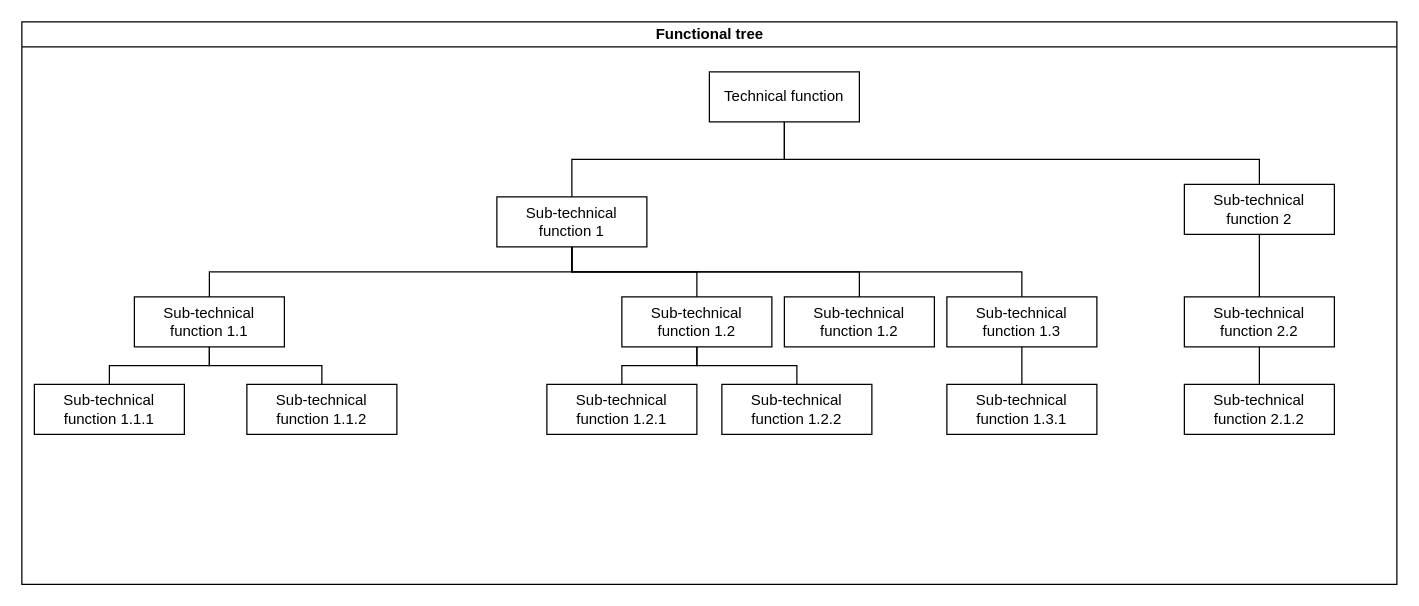
This is Functional tree for template.drawio from amerezoji1362/drawio-github, a draw.io file, before an edit. Source tidied: cells renumbered, new cells numbered last; positions are measured from the earlier drawing's top-left corner, leaving out a move shared by most shapes. Both pictures are drawn from the tidied source at 125%, with x=0, y=0 at pixel (21, 21).
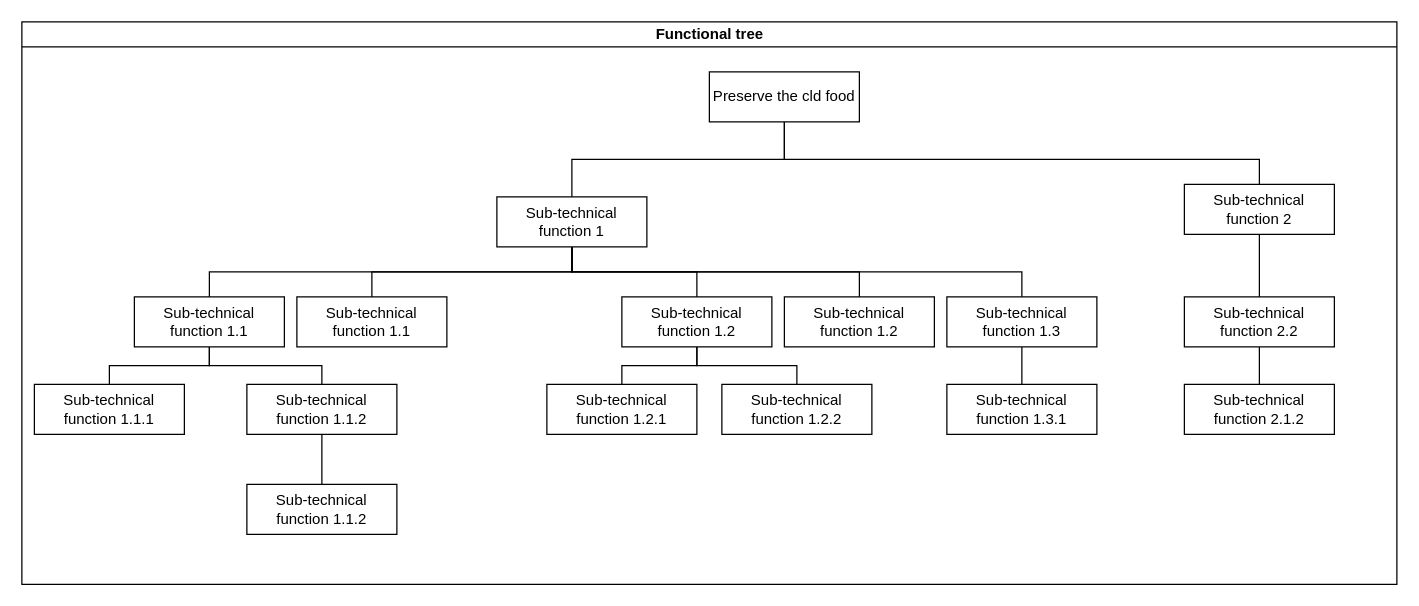
Above is the later version.

Unchanged cells that the change refers to:
```xml
<mxCell id="2" value="Functional tree" style="swimlane;html=1;startSize=20;horizontal=1;containerType=tree;" parent="1" vertex="1">
  <mxGeometry width="1100" height="450" as="geometry" />
</mxCell>
<mxCell id="5" value="Sub-technical function 1" style="whiteSpace=wrap;html=1;newEdgeStyle={&quot;edgeStyle&quot;:&quot;elbowEdgeStyle&quot;,&quot;startArrow&quot;:&quot;none&quot;,&quot;endArrow&quot;:&quot;none&quot;};" parent="2" vertex="1">
  <mxGeometry x="380" y="140" width="120" height="40" as="geometry" />
</mxCell>
<mxCell id="19" value="Sub-technical function 1.1.2" style="whiteSpace=wrap;html=1;newEdgeStyle={&quot;edgeStyle&quot;:&quot;elbowEdgeStyle&quot;,&quot;startArrow&quot;:&quot;none&quot;,&quot;endArrow&quot;:&quot;none&quot;};" parent="2" vertex="1">
  <mxGeometry x="180" y="290" width="120" height="40" as="geometry" />
</mxCell>
```

Change to the diagram source:
```diff
@@
-    <mxCell id="4" value="Technical function " style="whiteSpace=wrap;html=1;newEdgeStyle={&quot;edgeStyle&quot;:&quot;elbowEdgeStyle&quot;,&quot;startArrow&quot;:&quot;none&quot;,&quot;endArrow&quot;:&quot;none&quot;};" parent="2" vertex="1">
+    <mxCell id="4" value="Preserve the cld food" style="whiteSpace=wrap;html=1;newEdgeStyle={&quot;edgeStyle&quot;:&quot;elbowEdgeStyle&quot;,&quot;startArrow&quot;:&quot;none&quot;,&quot;endArrow&quot;:&quot;none&quot;};" parent="2" vertex="1">
       <mxGeometry x="550" y="40" width="120" height="40" as="geometry" />
     </mxCell>
@@
+    <mxCell id="30" style="edgeStyle=elbowEdgeStyle;elbow=vertical;startArrow=none;endArrow=none;rounded=0;" parent="2" edge="1" source="5" target="31">
+      <mxGeometry relative="1" as="geometry" />
+    </mxCell>
+    <mxCell id="31" value="Sub-technical function 1.1" style="whiteSpace=wrap;html=1;newEdgeStyle={&quot;edgeStyle&quot;:&quot;elbowEdgeStyle&quot;,&quot;startArrow&quot;:&quot;none&quot;,&quot;endArrow&quot;:&quot;none&quot;};" parent="2" vertex="1">
+      <mxGeometry x="220" y="220" width="120" height="40" as="geometry" />
+    </mxCell>
+    <mxCell id="32" style="edgeStyle=elbowEdgeStyle;elbow=vertical;startArrow=none;endArrow=none;rounded=0;" parent="2" edge="1" source="19" target="33">
+      <mxGeometry relative="1" as="geometry" />
+    </mxCell>
+    <mxCell id="33" value="Sub-technical function 1.1.2" style="whiteSpace=wrap;html=1;newEdgeStyle={&quot;edgeStyle&quot;:&quot;elbowEdgeStyle&quot;,&quot;startArrow&quot;:&quot;none&quot;,&quot;endArrow&quot;:&quot;none&quot;};" parent="2" vertex="1">
+      <mxGeometry x="180" y="370" width="120" height="40" as="geometry" />
+    </mxCell>
```
